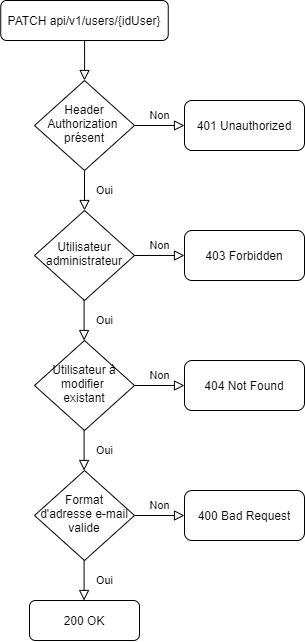
jonathanboreljaquet/bj-travail-diplome-2021 keeps this draw.io diagram as documentation/diagram/drawio/flowchartUpdateOneUser.png. Above is the earlier version. Source tidied: cells renumbered, new cells last; positions are measured from the earlier drawing's top-left corner, leaving out a move shared by most shapes. Source of this version:
```xml
<mxGraphModel>
  <root>
    <mxCell id="0" />
    <mxCell id="1" parent="0" />
    <mxCell id="2" style="rounded=0;html=1;jettySize=auto;fontSize=11;endArrow=block;endFill=0;endSize=8;strokeWidth=1;shadow=0;labelBackgroundColor=none;edgeStyle=orthogonalEdgeStyle;" parent="1" edge="1" source="3" target="6">
      <mxGeometry relative="1" as="geometry" />
    </mxCell>
    <mxCell id="3" value="PATCH api/v1/users/{idUser}" style="rounded=1;whiteSpace=wrap;html=1;fontSize=12;glass=0;strokeWidth=1;shadow=0;" parent="1" vertex="1">
      <mxGeometry x="0.2" width="167.5" height="40" as="geometry" />
    </mxCell>
    <mxCell id="4" value="Oui" style="rounded=0;html=1;jettySize=auto;fontSize=11;endArrow=block;endFill=0;endSize=8;strokeWidth=1;shadow=0;labelBackgroundColor=none;edgeStyle=orthogonalEdgeStyle;" parent="1" edge="1" source="6" target="8">
      <mxGeometry y="20" relative="1" as="geometry" />
    </mxCell>
    <mxCell id="5" value="Non" style="edgeStyle=orthogonalEdgeStyle;rounded=0;html=1;jettySize=auto;fontSize=11;endArrow=block;endFill=0;endSize=8;strokeWidth=1;shadow=0;labelBackgroundColor=none;" parent="1" edge="1" source="6" target="7">
      <mxGeometry y="10" relative="1" as="geometry" />
    </mxCell>
    <mxCell id="6" value="Header Authorization&amp;nbsp;&lt;br&gt;présent" style="rhombus;whiteSpace=wrap;html=1;shadow=0;fontFamily=Helvetica;fontSize=12;align=center;strokeWidth=1;spacing=6;spacingTop=-4;" parent="1" vertex="1">
      <mxGeometry x="34" y="80" width="100" height="90" as="geometry" />
    </mxCell>
    <mxCell id="7" value="401 Unauthorized" style="rounded=1;whiteSpace=wrap;html=1;fontSize=12;glass=0;strokeWidth=1;shadow=0;" parent="1" vertex="1">
      <mxGeometry x="184" y="100" width="120" height="50" as="geometry" />
    </mxCell>
    <mxCell id="8" value="Utilisateur administrateur" style="rhombus;whiteSpace=wrap;html=1;shadow=0;fontFamily=Helvetica;fontSize=12;align=center;strokeWidth=1;spacing=6;spacingTop=-4;" parent="1" vertex="1">
      <mxGeometry x="34" y="210" width="100" height="90" as="geometry" />
    </mxCell>
    <mxCell id="9" value="Oui" style="rounded=0;html=1;jettySize=auto;orthogonalLoop=1;fontSize=11;endArrow=block;endFill=0;endSize=8;strokeWidth=1;shadow=0;labelBackgroundColor=none;edgeStyle=orthogonalEdgeStyle;" parent="1" edge="1">
      <mxGeometry y="20" relative="1" as="geometry">
        <mxPoint x="83.6" y="300" as="sourcePoint" />
        <mxPoint x="83.6" y="340" as="targetPoint" />
      </mxGeometry>
    </mxCell>
    <mxCell id="10" value="200 OK" style="rounded=1;whiteSpace=wrap;html=1;fontSize=12;glass=0;strokeWidth=1;shadow=0;" parent="1" vertex="1">
      <mxGeometry x="29" y="600" width="110" height="40" as="geometry" />
    </mxCell>
    <mxCell id="11" value="Non" style="edgeStyle=orthogonalEdgeStyle;rounded=0;html=1;jettySize=auto;fontSize=11;endArrow=block;endFill=0;endSize=8;strokeWidth=1;shadow=0;labelBackgroundColor=none;" parent="1" edge="1" target="12">
      <mxGeometry y="10" relative="1" as="geometry">
        <mxPoint x="134" y="255" as="sourcePoint" />
      </mxGeometry>
    </mxCell>
    <mxCell id="12" value="403 Forbidden" style="rounded=1;whiteSpace=wrap;html=1;fontSize=12;glass=0;strokeWidth=1;shadow=0;" parent="1" vertex="1">
      <mxGeometry x="184" y="230" width="120" height="50" as="geometry" />
    </mxCell>
    <mxCell id="13" value="Utilisateur à modifier &lt;br&gt;existant" style="rhombus;whiteSpace=wrap;html=1;shadow=0;fontFamily=Helvetica;fontSize=12;align=center;strokeWidth=1;spacing=6;spacingTop=-4;" parent="1" vertex="1">
      <mxGeometry x="34" y="340" width="100" height="90" as="geometry" />
    </mxCell>
    <mxCell id="14" value="Oui" style="rounded=0;html=1;jettySize=auto;orthogonalLoop=1;fontSize=11;endArrow=block;endFill=0;endSize=8;strokeWidth=1;shadow=0;labelBackgroundColor=none;edgeStyle=orthogonalEdgeStyle;" parent="1" edge="1">
      <mxGeometry y="20" relative="1" as="geometry">
        <mxPoint x="83.6" y="430" as="sourcePoint" />
        <mxPoint x="83.6" y="470" as="targetPoint" />
      </mxGeometry>
    </mxCell>
    <mxCell id="15" value="Non" style="edgeStyle=orthogonalEdgeStyle;rounded=0;html=1;jettySize=auto;fontSize=11;endArrow=block;endFill=0;endSize=8;strokeWidth=1;shadow=0;labelBackgroundColor=none;" parent="1" edge="1" target="16">
      <mxGeometry y="10" relative="1" as="geometry">
        <mxPoint x="134" y="385" as="sourcePoint" />
      </mxGeometry>
    </mxCell>
    <mxCell id="16" value="404 Not Found" style="rounded=1;whiteSpace=wrap;html=1;fontSize=12;glass=0;strokeWidth=1;shadow=0;" parent="1" vertex="1">
      <mxGeometry x="184" y="360" width="120" height="50" as="geometry" />
    </mxCell>
    <mxCell id="17" value="Format d'adresse e-mail valide" style="rhombus;whiteSpace=wrap;html=1;shadow=0;fontFamily=Helvetica;fontSize=12;align=center;strokeWidth=1;spacing=6;spacingTop=-4;" parent="1" vertex="1">
      <mxGeometry x="34" y="470" width="100" height="90" as="geometry" />
    </mxCell>
    <mxCell id="18" value="Oui" style="rounded=0;html=1;jettySize=auto;orthogonalLoop=1;fontSize=11;endArrow=block;endFill=0;endSize=8;strokeWidth=1;shadow=0;labelBackgroundColor=none;edgeStyle=orthogonalEdgeStyle;" parent="1" edge="1">
      <mxGeometry y="20" relative="1" as="geometry">
        <mxPoint x="83.6" y="560" as="sourcePoint" />
        <mxPoint x="83.6" y="600" as="targetPoint" />
      </mxGeometry>
    </mxCell>
    <mxCell id="19" value="Non" style="edgeStyle=orthogonalEdgeStyle;rounded=0;html=1;jettySize=auto;fontSize=11;endArrow=block;endFill=0;endSize=8;strokeWidth=1;shadow=0;labelBackgroundColor=none;" parent="1" edge="1" target="20">
      <mxGeometry y="10" relative="1" as="geometry">
        <mxPoint x="134" y="515" as="sourcePoint" />
      </mxGeometry>
    </mxCell>
    <mxCell id="20" value="400 Bad Request" style="rounded=1;whiteSpace=wrap;html=1;fontSize=12;glass=0;strokeWidth=1;shadow=0;" parent="1" vertex="1">
      <mxGeometry x="184" y="490" width="120" height="50" as="geometry" />
    </mxCell>
  </root>
</mxGraphModel>
```
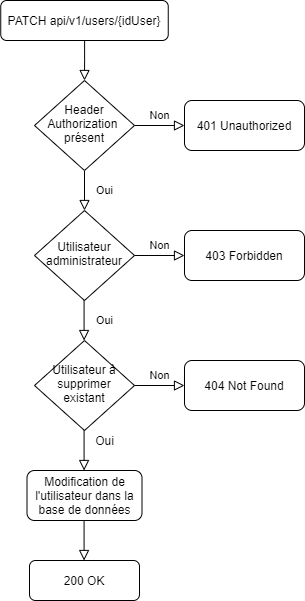
Later version of the same file.

The edit, as a diff of the source:
```diff
@@ -30,7 +30,7 @@
       </mxGeometry>
     </mxCell>
     <mxCell id="10" value="200 OK" style="rounded=1;whiteSpace=wrap;html=1;fontSize=12;glass=0;strokeWidth=1;shadow=0;" parent="1" vertex="1">
-      <mxGeometry x="29" y="600" width="110" height="40" as="geometry" />
+      <mxGeometry x="29" y="560" width="110" height="40" as="geometry" />
     </mxCell>
     <mxCell id="11" value="Non" style="edgeStyle=orthogonalEdgeStyle;rounded=0;html=1;jettySize=auto;fontSize=11;endArrow=block;endFill=0;endSize=8;strokeWidth=1;shadow=0;labelBackgroundColor=none;" parent="1" edge="1" target="12">
       <mxGeometry y="10" relative="1" as="geometry">
@@ -40,15 +40,9 @@
     <mxCell id="12" value="403 Forbidden" style="rounded=1;whiteSpace=wrap;html=1;fontSize=12;glass=0;strokeWidth=1;shadow=0;" parent="1" vertex="1">
       <mxGeometry x="184" y="230" width="120" height="50" as="geometry" />
     </mxCell>
-    <mxCell id="13" value="Utilisateur à modifier &lt;br&gt;existant" style="rhombus;whiteSpace=wrap;html=1;shadow=0;fontFamily=Helvetica;fontSize=12;align=center;strokeWidth=1;spacing=6;spacingTop=-4;" parent="1" vertex="1">
+    <mxCell id="13" value="Utilisateur à supprimer&lt;br&gt;existant" style="rhombus;whiteSpace=wrap;html=1;shadow=0;fontFamily=Helvetica;fontSize=12;align=center;strokeWidth=1;spacing=6;spacingTop=-4;" parent="1" vertex="1">
       <mxGeometry x="34" y="340" width="100" height="90" as="geometry" />
     </mxCell>
-    <mxCell id="14" value="Oui" style="rounded=0;html=1;jettySize=auto;orthogonalLoop=1;fontSize=11;endArrow=block;endFill=0;endSize=8;strokeWidth=1;shadow=0;labelBackgroundColor=none;edgeStyle=orthogonalEdgeStyle;" parent="1" edge="1">
-      <mxGeometry y="20" relative="1" as="geometry">
-        <mxPoint x="83.6" y="430" as="sourcePoint" />
-        <mxPoint x="83.6" y="470" as="targetPoint" />
-      </mxGeometry>
-    </mxCell>
     <mxCell id="15" value="Non" style="edgeStyle=orthogonalEdgeStyle;rounded=0;html=1;jettySize=auto;fontSize=11;endArrow=block;endFill=0;endSize=8;strokeWidth=1;shadow=0;labelBackgroundColor=none;" parent="1" edge="1" target="16">
       <mxGeometry y="10" relative="1" as="geometry">
         <mxPoint x="134" y="385" as="sourcePoint" />
@@ -57,22 +51,23 @@
     <mxCell id="16" value="404 Not Found" style="rounded=1;whiteSpace=wrap;html=1;fontSize=12;glass=0;strokeWidth=1;shadow=0;" parent="1" vertex="1">
       <mxGeometry x="184" y="360" width="120" height="50" as="geometry" />
     </mxCell>
-    <mxCell id="17" value="Format d'adresse e-mail valide" style="rhombus;whiteSpace=wrap;html=1;shadow=0;fontFamily=Helvetica;fontSize=12;align=center;strokeWidth=1;spacing=6;spacingTop=-4;" parent="1" vertex="1">
-      <mxGeometry x="34" y="470" width="100" height="90" as="geometry" />
-    </mxCell>
-    <mxCell id="18" value="Oui" style="rounded=0;html=1;jettySize=auto;orthogonalLoop=1;fontSize=11;endArrow=block;endFill=0;endSize=8;strokeWidth=1;shadow=0;labelBackgroundColor=none;edgeStyle=orthogonalEdgeStyle;" parent="1" edge="1">
+    <mxCell id="18" style="rounded=0;html=1;jettySize=auto;orthogonalLoop=1;fontSize=11;endArrow=block;endFill=0;endSize=8;strokeWidth=1;shadow=0;labelBackgroundColor=none;edgeStyle=orthogonalEdgeStyle;" parent="1" edge="1">
       <mxGeometry y="20" relative="1" as="geometry">
-        <mxPoint x="83.6" y="560" as="sourcePoint" />
-        <mxPoint x="83.6" y="600" as="targetPoint" />
+        <mxPoint x="83.6" y="520" as="sourcePoint" />
+        <mxPoint x="83.6" y="560" as="targetPoint" />
       </mxGeometry>
     </mxCell>
-    <mxCell id="19" value="Non" style="edgeStyle=orthogonalEdgeStyle;rounded=0;html=1;jettySize=auto;fontSize=11;endArrow=block;endFill=0;endSize=8;strokeWidth=1;shadow=0;labelBackgroundColor=none;" parent="1" edge="1" target="20">
-      <mxGeometry y="10" relative="1" as="geometry">
-        <mxPoint x="134" y="515" as="sourcePoint" />
-      </mxGeometry>
-    </mxCell>
-    <mxCell id="20" value="400 Bad Request" style="rounded=1;whiteSpace=wrap;html=1;fontSize=12;glass=0;strokeWidth=1;shadow=0;" parent="1" vertex="1">
-      <mxGeometry x="184" y="490" width="120" height="50" as="geometry" />
-    </mxCell>
+    <mxCell id="21" value="Modification de l'utilisateur dans la base de données" style="rounded=1;whiteSpace=wrap;html=1;fontSize=12;glass=0;strokeWidth=1;shadow=0;" parent="1" vertex="1">
+      <mxGeometry x="26.5" y="470" width="115" height="50" as="geometry" />
+    </mxCell>
+    <mxCell id="22" style="rounded=0;html=1;jettySize=auto;orthogonalLoop=1;fontSize=11;endArrow=block;endFill=0;endSize=8;strokeWidth=1;shadow=0;labelBackgroundColor=none;edgeStyle=orthogonalEdgeStyle;" parent="1" edge="1">
+      <mxGeometry x="-1" y="45" relative="1" as="geometry">
+        <mxPoint x="83.6" y="430" as="sourcePoint" />
+        <mxPoint x="83.6" y="470" as="targetPoint" />
+      </mxGeometry>
+    </mxCell>
+    <mxCell id="14" value="Oui" style="text;html=1;align=center;verticalAlign=middle;strokeColor=none;" parent="1" vertex="1">
+      <mxGeometry x="89" y="430" width="30" height="20" as="geometry" />
+    </mxCell>
   </root>
 </mxGraphModel>
```
